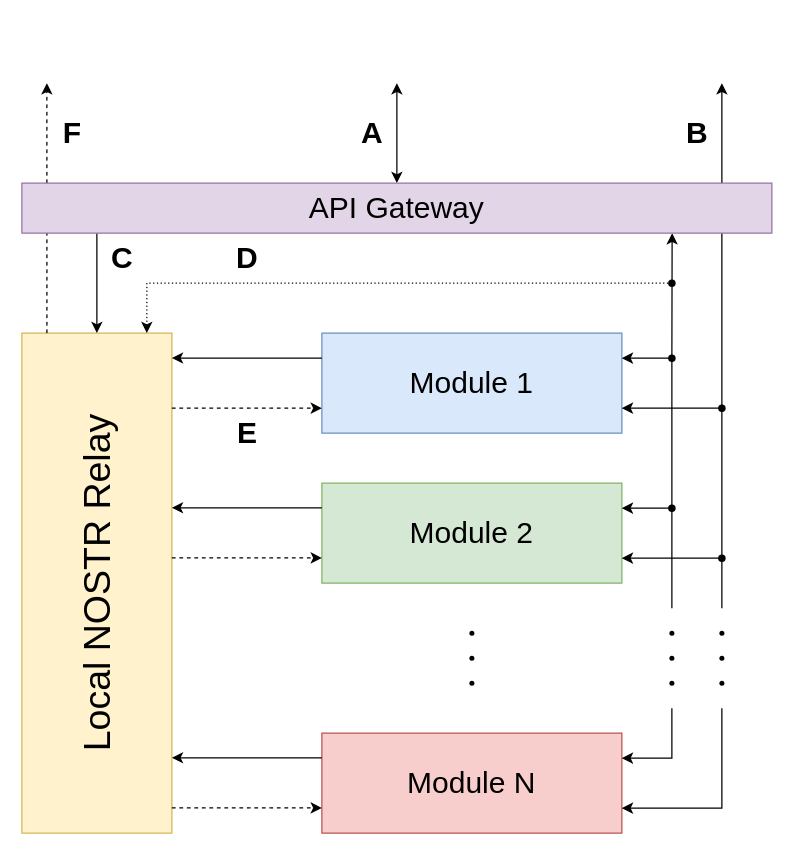
This is assets/system-architecture.drawio from lawalletio/wallet-docs, a draw.io file, before an edit. Source tidied: cells renumbered, new cells numbered last; positions are measured from the earlier drawing's top-left corner, leaving out a move shared by most shapes. Both pictures are drawn from the tidied source at 125%, with x=0, y=0 at pixel (21, 82).
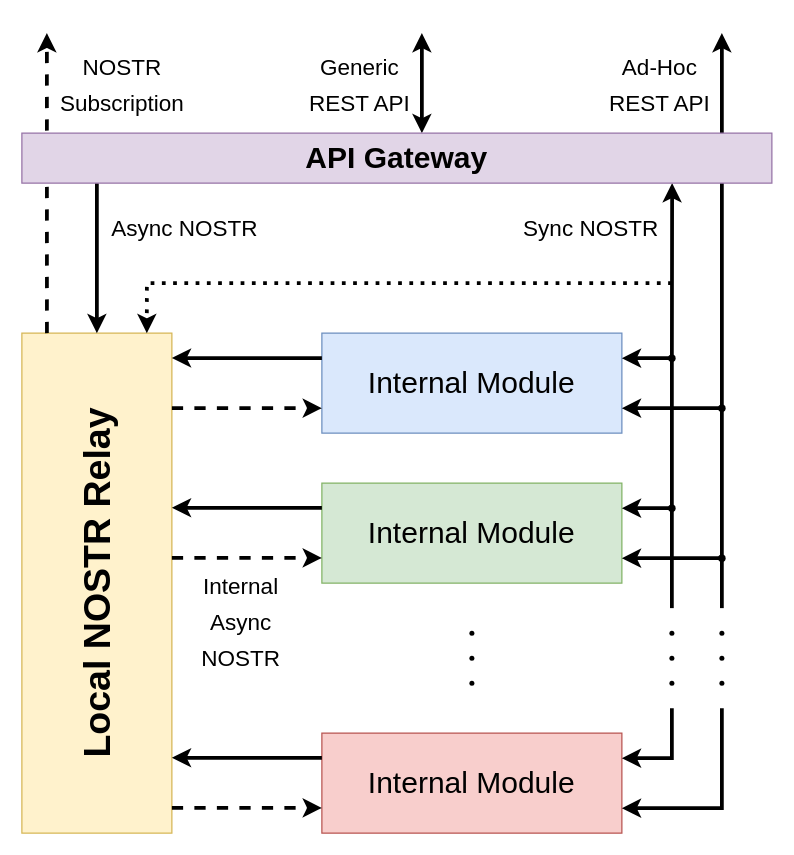
After the change.

The change refers to these unchanged cells:
```xml
<mxCell id="20" style="shape=waypoint;sketch=0;fillStyle=solid;size=6;points=[];fillColor=none;perimeter=centerPerimeter;snapToPoint=1;" parent="1" vertex="1">
  <mxGeometry x="550" y="250" width="20" height="20" as="geometry" />
</mxCell>
<mxCell id="23" style="shape=waypoint;sketch=0;fillStyle=solid;size=6;points=[];fillColor=none;perimeter=centerPerimeter;snapToPoint=1;" parent="1" vertex="1">
  <mxGeometry x="550" y="370" width="20" height="20" as="geometry" />
</mxCell>
```

Change to the diagram source:
```diff
@@
-    <mxCell id="2" value="Local NOSTR Relay" style="rounded=0;whiteSpace=wrap;html=1;horizontal=0;fontSize=30;fillColor=#fff2cc;strokeColor=#d6b656;" parent="1" vertex="1">
+    <mxCell id="2" value="&lt;b&gt;Local NOSTR Relay&lt;/b&gt;" style="rounded=0;whiteSpace=wrap;html=1;horizontal=0;fontSize=30;fillColor=#fff2cc;strokeColor=#d6b656;" parent="1" vertex="1">
       <mxGeometry y="200" width="120" height="400" as="geometry" />
     </mxCell>
-    <mxCell id="3" value="&lt;font style=&quot;font-size: 24px;&quot;&gt;Module 1&lt;/font&gt;" style="rounded=0;whiteSpace=wrap;html=1;fillColor=#dae8fc;strokeColor=#6c8ebf;" parent="1" vertex="1">
+    <mxCell id="3" value="&lt;font style=&quot;font-size: 24px;&quot;&gt;Internal Module&lt;/font&gt;" style="rounded=0;whiteSpace=wrap;html=1;fillColor=#dae8fc;strokeColor=#6c8ebf;" parent="1" vertex="1">
       <mxGeometry x="240" y="200" width="240" height="80" as="geometry" />
     </mxCell>
-    <mxCell id="4" value="&lt;font style=&quot;font-size: 24px;&quot;&gt;Module 2&lt;/font&gt;" style="rounded=0;whiteSpace=wrap;html=1;fillColor=#d5e8d4;strokeColor=#82b366;" parent="1" vertex="1">
+    <mxCell id="4" value="&lt;font style=&quot;font-size: 24px;&quot;&gt;Internal Module&lt;/font&gt;" style="rounded=0;whiteSpace=wrap;html=1;fillColor=#d5e8d4;strokeColor=#82b366;" parent="1" vertex="1">
       <mxGeometry x="240" y="320" width="240" height="80" as="geometry" />
     </mxCell>
-    <mxCell id="5" value="&lt;font style=&quot;font-size: 24px;&quot;&gt;Module N&lt;/font&gt;" style="rounded=0;whiteSpace=wrap;html=1;fillColor=#f8cecc;strokeColor=#b85450;" parent="1" vertex="1">
+    <mxCell id="5" value="&lt;font style=&quot;font-size: 24px;&quot;&gt;Internal Module&lt;/font&gt;" style="rounded=0;whiteSpace=wrap;html=1;fillColor=#f8cecc;strokeColor=#b85450;" parent="1" vertex="1">
       <mxGeometry x="240" y="520" width="240" height="80" as="geometry" />
     </mxCell>
-    <mxCell id="6" style="endArrow=classic;html=1;rounded=0;exitX=0.1;exitY=1;exitDx=0;exitDy=0;exitPerimeter=0;entryX=0.5;entryY=0;entryDx=0;entryDy=0;" parent="1" edge="1" source="40" target="2">
+    <mxCell id="6" style="endArrow=classic;html=1;rounded=0;exitX=0.1;exitY=1;exitDx=0;exitDy=0;exitPerimeter=0;entryX=0.5;entryY=0;entryDx=0;entryDy=0;strokeWidth=3;" parent="1" edge="1" source="40" target="2">
       <mxGeometry relative="1" as="geometry" />
     </mxCell>
-    <mxCell id="7" style="endArrow=classic;startArrow=none;html=1;rounded=0;entryX=0;entryY=0.75;entryDx=0;entryDy=0;exitX=1;exitY=0.15;exitDx=0;exitDy=0;exitPerimeter=0;startFill=0;dashed=1;" parent="1" edge="1" source="2" target="3">
+    <mxCell id="7" style="endArrow=classic;startArrow=none;html=1;rounded=0;entryX=0;entryY=0.75;entryDx=0;entryDy=0;exitX=1;exitY=0.15;exitDx=0;exitDy=0;exitPerimeter=0;startFill=0;dashed=1;strokeWidth=3;" parent="1" edge="1" source="2" target="3">
       <mxGeometry relative="1" as="geometry" />
     </mxCell>
-    <mxCell id="8" style="endArrow=classic;startArrow=classic;html=1;rounded=0;exitX=1;exitY=0.25;exitDx=0;exitDy=0;entryX=0.867;entryY=1;entryDx=0;entryDy=0;entryPerimeter=0;" parent="1" edge="1" source="3" target="40">
+    <mxCell id="8" style="endArrow=classic;startArrow=classic;html=1;rounded=0;exitX=1;exitY=0.25;exitDx=0;exitDy=0;entryX=0.867;entryY=1;entryDx=0;entryDy=0;entryPerimeter=0;strokeWidth=3;" parent="1" edge="1" source="3" target="40">
       <mxGeometry relative="1" as="geometry">
         <Array as="points">
           <mxPoint x="520" y="220" />
         </Array>
       </mxGeometry>
     </mxCell>
-    <mxCell id="9" style="endArrow=classic;html=1;rounded=0;entryX=1;entryY=0.25;entryDx=0;entryDy=0;" parent="1" edge="1" target="4">
+    <mxCell id="9" style="endArrow=classic;html=1;rounded=0;entryX=1;entryY=0.25;entryDx=0;entryDy=0;strokeWidth=3;" parent="1" edge="1" target="4">
       <mxGeometry relative="1" as="geometry">
         <mxPoint x="520" y="220" as="sourcePoint" />
         <Array as="points">
           <mxPoint x="520" y="340" />
         </Array>
       </mxGeometry>
     </mxCell>
-    <mxCell id="10" style="endArrow=none;html=1;rounded=0;" parent="1" edge="1">
+    <mxCell id="10" style="endArrow=none;html=1;rounded=0;strokeWidth=3;" parent="1" edge="1">
       <mxGeometry relative="1" as="geometry">
         <mxPoint x="520" y="420" as="sourcePoint" />
         <mxPoint x="520" y="340" as="targetPoint" />
       </mxGeometry>
     </mxCell>
-    <mxCell id="11" style="endArrow=classic;html=1;rounded=0;entryX=1;entryY=0.25;entryDx=0;entryDy=0;" parent="1" edge="1" target="5">
+    <mxCell id="11" style="endArrow=classic;html=1;rounded=0;entryX=1;entryY=0.25;entryDx=0;entryDy=0;strokeWidth=3;" parent="1" edge="1" target="5">
       <mxGeometry relative="1" as="geometry">
         <mxPoint x="520" y="500" as="sourcePoint" />
         <Array as="points">
           <mxPoint x="520" y="540" />
         </Array>
       </mxGeometry>
     </mxCell>
-    <mxCell id="12" style="endArrow=classic;startArrow=none;html=1;rounded=0;exitDx=0;exitDy=0;" parent="1" edge="1" source="20">
+    <mxCell id="12" style="endArrow=classic;startArrow=none;html=1;rounded=0;exitDx=0;exitDy=0;strokeWidth=3;" parent="1" edge="1" source="20">
       <mxGeometry relative="1" as="geometry">
-        <mxPoint x="560" as="targetPoint" />
+        <mxPoint x="560" y="-40" as="targetPoint" />
         <Array as="points">
-          <mxPoint x="560" y="260" />
+          <mxPoint x="560" y="220" />
         </Array>
       </mxGeometry>
     </mxCell>
-    <mxCell id="13" style="endArrow=classic;html=1;rounded=0;entryX=1;entryY=0.75;entryDx=0;entryDy=0;startArrow=none;" parent="1" edge="1" source="23" target="4">
+    <mxCell id="13" style="endArrow=classic;html=1;rounded=0;entryX=1;entryY=0.75;entryDx=0;entryDy=0;startArrow=none;strokeWidth=3;" parent="1" edge="1" source="23" target="4">
       <mxGeometry relative="1" as="geometry" />
     </mxCell>
-    <mxCell id="14" style="endArrow=none;html=1;rounded=0;" parent="1" edge="1">
+    <mxCell id="14" style="endArrow=none;html=1;rounded=0;strokeWidth=3;" parent="1" edge="1">
       <mxGeometry relative="1" as="geometry">
         <mxPoint x="560" y="420" as="sourcePoint" />
         <mxPoint x="560" y="380" as="targetPoint" />
       </mxGeometry>
     </mxCell>
-    <mxCell id="15" style="endArrow=classic;html=1;rounded=0;entryX=1;entryY=0.75;entryDx=0;entryDy=0;" parent="1" edge="1" target="5">
+    <mxCell id="15" style="endArrow=classic;html=1;rounded=0;entryX=1;entryY=0.75;entryDx=0;entryDy=0;strokeWidth=3;" parent="1" edge="1" target="5">
       <mxGeometry relative="1" as="geometry">
         <mxPoint x="560" y="500" as="sourcePoint" />
         <Array as="points">
           <mxPoint x="560" y="580" />
         </Array>
       </mxGeometry>
     </mxCell>
-    <mxCell id="16" style="endArrow=classic;html=1;rounded=0;entryX=0.833;entryY=0;entryDx=0;entryDy=0;entryPerimeter=0;dashed=1;dashPattern=1 2;" parent="1" edge="1" target="2">
+    <mxCell id="16" style="endArrow=classic;html=1;rounded=0;entryX=0.833;entryY=0;entryDx=0;entryDy=0;entryPerimeter=0;dashed=1;dashPattern=1 2;strokeWidth=3;" parent="1" edge="1" target="2">
       <mxGeometry relative="1" as="geometry">
         <mxPoint x="520" y="160" as="sourcePoint" />
         <Array as="points">
           <mxPoint x="100" y="160" />
         </Array>
       </mxGeometry>
     </mxCell>
-    <mxCell id="17" style="shape=waypoint;sketch=0;fillStyle=solid;size=6;fillColor=none;perimeter=centerPerimeter;" parent="1" vertex="1">
-      <mxGeometry x="510" y="150" width="20" height="20" as="geometry" />
-    </mxCell>
@@
-    <mxCell id="19" style="endArrow=none;startArrow=classic;html=1;rounded=0;exitX=1;exitY=0.75;exitDx=0;exitDy=0;entryDx=0;entryDy=0;entryPerimeter=0;" parent="1" edge="1" source="3" target="20">
+    <mxCell id="19" style="endArrow=none;startArrow=classic;html=1;rounded=0;exitX=1;exitY=0.75;exitDx=0;exitDy=0;entryDx=0;entryDy=0;entryPerimeter=0;strokeWidth=3;" parent="1" edge="1" source="3" target="20">
       <mxGeometry relative="1" as="geometry" />
     </mxCell>
@@
-    <mxCell id="22" style="endArrow=none;html=1;rounded=0;entryDx=0;entryDy=0;" parent="1" edge="1" target="23">
+    <mxCell id="22" style="endArrow=none;html=1;rounded=0;entryDx=0;entryDy=0;strokeWidth=3;" parent="1" edge="1" target="23">
       <mxGeometry relative="1" as="geometry">
         <mxPoint x="560" y="260" as="sourcePoint" />
         <Array as="points">
           <mxPoint x="560" y="380" />
         </Array>
       </mxGeometry>
     </mxCell>
@@
-    <mxCell id="33" style="endArrow=classic;startArrow=classic;html=1;rounded=0;exitX=0.5;exitY=0;exitDx=0;exitDy=0;" parent="1" edge="1" source="40">
+    <mxCell id="33" style="endArrow=classic;startArrow=classic;html=1;rounded=0;exitX=0.5;exitY=0;exitDx=0;exitDy=0;strokeWidth=3;" parent="1" edge="1">
       <mxGeometry relative="1" as="geometry">
-        <mxPoint x="300" as="targetPoint" />
+        <mxPoint x="320" y="40" as="sourcePoint" />
+        <mxPoint x="320" y="-40" as="targetPoint" />
       </mxGeometry>
     </mxCell>
-    <mxCell id="34" value="&lt;b&gt;A&lt;/b&gt;" style="text;html=1;align=center;verticalAlign=middle;strokeColor=none;fillColor=none;fontSize=24;" parent="1" vertex="1">
-      <mxGeometry x="260" y="20" width="40" height="40" as="geometry" />
+    <mxCell id="34" value="&lt;font style=&quot;font-size: 18px;&quot;&gt;Generic&lt;br&gt;REST API&lt;/font&gt;" style="text;html=1;align=center;verticalAlign=middle;strokeColor=none;fillColor=none;fontSize=24;" parent="1" vertex="1">
+      <mxGeometry x="220" y="-35" width="100" height="70" as="geometry" />
     </mxCell>
-    <mxCell id="35" value="&lt;b&gt;B&lt;/b&gt;" style="text;html=1;align=center;verticalAlign=middle;strokeColor=none;fillColor=none;fontSize=24;" parent="1" vertex="1">
-      <mxGeometry x="520" y="20" width="40" height="40" as="geometry" />
-    </mxCell>
-    <mxCell id="36" value="&lt;b&gt;C&lt;/b&gt;" style="text;html=1;align=center;verticalAlign=middle;strokeColor=none;fillColor=none;fontSize=24;" parent="1" vertex="1">
-      <mxGeometry x="60" y="120" width="40" height="40" as="geometry" />
-    </mxCell>
-    <mxCell id="37" value="&lt;b&gt;D&lt;/b&gt;" style="text;html=1;align=center;verticalAlign=middle;strokeColor=none;fillColor=none;fontSize=24;" parent="1" vertex="1">
-      <mxGeometry x="160" y="120" width="40" height="40" as="geometry" />
-    </mxCell>
-    <mxCell id="38" value="&lt;b&gt;E&lt;/b&gt;" style="text;html=1;align=center;verticalAlign=middle;strokeColor=none;fillColor=none;fontSize=24;" parent="1" vertex="1">
-      <mxGeometry x="160" y="260" width="40" height="40" as="geometry" />
-    </mxCell>
-    <mxCell id="39" style="endArrow=classic;html=1;rounded=0;fontSize=24;exitX=0.167;exitY=0;exitDx=0;exitDy=0;exitPerimeter=0;dashed=1;" parent="1" edge="1" source="2">
+    <mxCell id="39" style="endArrow=classic;html=1;rounded=0;fontSize=24;exitX=0.167;exitY=0;exitDx=0;exitDy=0;exitPerimeter=0;dashed=1;strokeWidth=3;" parent="1" edge="1" source="2">
       <mxGeometry relative="1" as="geometry">
-        <mxPoint x="20" as="targetPoint" />
+        <mxPoint x="20" y="-40" as="targetPoint" />
       </mxGeometry>
     </mxCell>
-    <mxCell id="40" value="&lt;font style=&quot;font-size: 24px;&quot;&gt;API Gateway&lt;/font&gt;" style="rounded=0;whiteSpace=wrap;html=1;fillColor=#e1d5e7;strokeColor=#9673a6;" parent="1" vertex="1">
-      <mxGeometry y="80" width="600" height="40" as="geometry" />
+    <mxCell id="40" value="&lt;font style=&quot;font-size: 24px;&quot;&gt;&lt;b&gt;API Gateway&lt;/b&gt;&lt;/font&gt;" style="rounded=0;whiteSpace=wrap;html=1;fillColor=#e1d5e7;strokeColor=#9673a6;" parent="1" vertex="1">
+      <mxGeometry y="40" width="600" height="40" as="geometry" />
     </mxCell>
-    <mxCell id="41" style="endArrow=none;startArrow=classic;html=1;rounded=0;entryX=0;entryY=0.5;entryDx=0;entryDy=0;exitX=1;exitY=0.1;exitDx=0;exitDy=0;exitPerimeter=0;endFill=0;" parent="1" edge="1">
+    <mxCell id="41" style="endArrow=none;startArrow=classic;html=1;rounded=0;entryX=0;entryY=0.5;entryDx=0;entryDy=0;exitX=1;exitY=0.1;exitDx=0;exitDy=0;exitPerimeter=0;endFill=0;strokeWidth=3;" parent="1" edge="1">
       <mxGeometry relative="1" as="geometry">
         <mxPoint x="120" y="219.9" as="sourcePoint" />
         <mxPoint x="240" y="219.9" as="targetPoint" />
       </mxGeometry>
     </mxCell>
-    <mxCell id="42" style="endArrow=classic;startArrow=none;html=1;rounded=0;entryX=0;entryY=0.75;entryDx=0;entryDy=0;exitX=1;exitY=0.15;exitDx=0;exitDy=0;exitPerimeter=0;startFill=0;dashed=1;" parent="1" edge="1">
+    <mxCell id="42" style="endArrow=classic;startArrow=none;html=1;rounded=0;entryX=0;entryY=0.75;entryDx=0;entryDy=0;exitX=1;exitY=0.15;exitDx=0;exitDy=0;exitPerimeter=0;startFill=0;dashed=1;strokeWidth=3;" parent="1" edge="1">
       <mxGeometry relative="1" as="geometry">
         <mxPoint x="120" y="379.8" as="sourcePoint" />
         <mxPoint x="240" y="379.8" as="targetPoint" />
       </mxGeometry>
     </mxCell>
-    <mxCell id="43" style="endArrow=none;startArrow=classic;html=1;rounded=0;entryX=0;entryY=0.5;entryDx=0;entryDy=0;exitX=1;exitY=0.1;exitDx=0;exitDy=0;exitPerimeter=0;endFill=0;" parent="1" edge="1">
+    <mxCell id="43" style="endArrow=none;startArrow=classic;html=1;rounded=0;entryX=0;entryY=0.5;entryDx=0;entryDy=0;exitX=1;exitY=0.1;exitDx=0;exitDy=0;exitPerimeter=0;endFill=0;strokeWidth=3;" parent="1" edge="1">
       <mxGeometry relative="1" as="geometry">
         <mxPoint x="120" y="339.7" as="sourcePoint" />
         <mxPoint x="240" y="339.7" as="targetPoint" />
       </mxGeometry>
     </mxCell>
-    <mxCell id="44" style="endArrow=classic;startArrow=none;html=1;rounded=0;entryX=0;entryY=0.75;entryDx=0;entryDy=0;exitX=1;exitY=0.15;exitDx=0;exitDy=0;exitPerimeter=0;startFill=0;dashed=1;" parent="1" edge="1">
+    <mxCell id="44" style="endArrow=classic;startArrow=none;html=1;rounded=0;entryX=0;entryY=0.75;entryDx=0;entryDy=0;exitX=1;exitY=0.15;exitDx=0;exitDy=0;exitPerimeter=0;startFill=0;dashed=1;strokeWidth=3;" parent="1" edge="1">
       <mxGeometry relative="1" as="geometry">
         <mxPoint x="120" y="579.8" as="sourcePoint" />
         <mxPoint x="240" y="579.8" as="targetPoint" />
       </mxGeometry>
     </mxCell>
-    <mxCell id="45" style="endArrow=none;startArrow=classic;html=1;rounded=0;entryX=0;entryY=0.5;entryDx=0;entryDy=0;exitX=1;exitY=0.1;exitDx=0;exitDy=0;exitPerimeter=0;endFill=0;" parent="1" edge="1">
+    <mxCell id="45" style="endArrow=none;startArrow=classic;html=1;rounded=0;entryX=0;entryY=0.5;entryDx=0;entryDy=0;exitX=1;exitY=0.1;exitDx=0;exitDy=0;exitPerimeter=0;endFill=0;strokeWidth=3;" parent="1" edge="1">
       <mxGeometry relative="1" as="geometry">
         <mxPoint x="120" y="539.7" as="sourcePoint" />
         <mxPoint x="240" y="539.7" as="targetPoint" />
       </mxGeometry>
     </mxCell>
-    <mxCell id="46" value="&lt;b&gt;F&lt;/b&gt;" style="text;html=1;align=center;verticalAlign=middle;strokeColor=none;fillColor=none;fontSize=24;" parent="1" vertex="1">
-      <mxGeometry x="20" y="20" width="40" height="40" as="geometry" />
-    </mxCell>
+    <mxCell id="47" value="&lt;font style=&quot;font-size: 18px;&quot;&gt;Ad-Hoc&lt;br&gt;REST API&lt;/font&gt;" style="text;html=1;align=center;verticalAlign=middle;strokeColor=none;fillColor=none;fontSize=24;" parent="1" vertex="1">
+      <mxGeometry x="460" y="-35" width="100" height="70" as="geometry" />
+    </mxCell>
+    <mxCell id="48" value="&lt;font style=&quot;font-size: 18px;&quot;&gt;NOSTR&lt;br&gt;Subscription&lt;/font&gt;" style="text;html=1;align=center;verticalAlign=middle;strokeColor=none;fillColor=none;fontSize=24;" parent="1" vertex="1">
+      <mxGeometry x="20" y="-35" width="120" height="70" as="geometry" />
+    </mxCell>
+    <mxCell id="49" value="&lt;font style=&quot;font-size: 18px;&quot;&gt;Async NOSTR&lt;/font&gt;" style="text;html=1;align=center;verticalAlign=middle;strokeColor=none;fillColor=none;fontSize=24;" parent="1" vertex="1">
+      <mxGeometry x="60" y="95" width="140" height="40" as="geometry" />
+    </mxCell>
+    <mxCell id="50" value="&lt;font style=&quot;font-size: 18px;&quot;&gt;Sync NOSTR&lt;/font&gt;" style="text;html=1;align=center;verticalAlign=middle;strokeColor=none;fillColor=none;fontSize=24;" parent="1" vertex="1">
+      <mxGeometry x="390" y="95" width="130" height="40" as="geometry" />
+    </mxCell>
+    <mxCell id="51" value="&lt;font style=&quot;font-size: 18px;&quot;&gt;Internal&lt;br&gt;Async&lt;br&gt;NOSTR&lt;/font&gt;" style="text;html=1;align=center;verticalAlign=middle;strokeColor=none;fillColor=none;fontSize=24;" parent="1" vertex="1">
+      <mxGeometry x="130" y="380" width="90" height="100" as="geometry" />
+    </mxCell>
```
